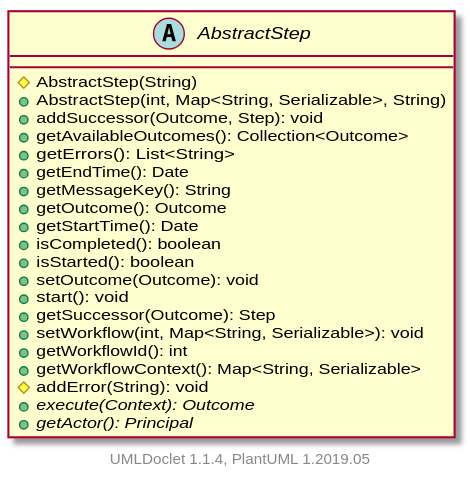
The PlantUML diagram apidocs/2.11.0.M8-SNAPSHOT/org/apache/wiki/workflow/AbstractStep.svg in apache/jspwiki-site, before a commit.
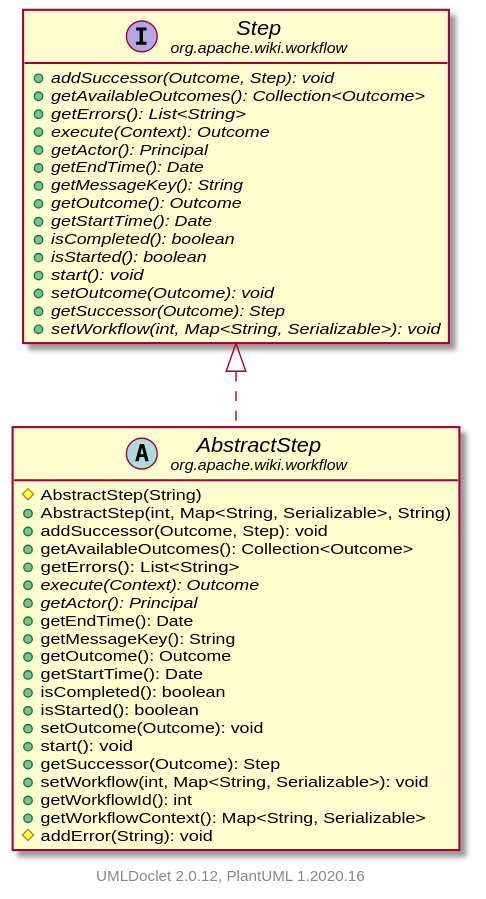
The same diagram one commit later.

Change to the diagram source:
```diff
@@ -1,11 +1,16 @@
 @startuml
+    set namespaceSeparator none
+    hide empty fields
+    hide empty methods
 
-    abstract class AbstractStep [[AbstractStep.html]] {
+    abstract class "<size:14>AbstractStep\n<size:10>org.apache.wiki.workflow" as org.apache.wiki.workflow.AbstractStep [[AbstractStep.html]] {
         #AbstractStep(String)
         +AbstractStep(int, Map<String, Serializable>, String)
         +addSuccessor(Outcome, Step): void
         +getAvailableOutcomes(): Collection<Outcome>
         +getErrors(): List<String>
+        {abstract} +execute(Context): Outcome
+        {abstract} +getActor(): Principal
         +getEndTime(): Date
         +getMessageKey(): String
         +getOutcome(): Outcome
@@ -19,10 +24,27 @@
         +getWorkflowId(): int
         +getWorkflowContext(): Map<String, Serializable>
         #addError(String): void
+    }
+
+    interface "<size:14>Step\n<size:10>org.apache.wiki.workflow" as org.apache.wiki.workflow.Step [[Step.html]] {
+        {abstract} +addSuccessor(Outcome, Step): void
+        {abstract} +getAvailableOutcomes(): Collection<Outcome>
+        {abstract} +getErrors(): List<String>
         {abstract} +execute(Context): Outcome
         {abstract} +getActor(): Principal
+        {abstract} +getEndTime(): Date
+        {abstract} +getMessageKey(): String
+        {abstract} +getOutcome(): Outcome
+        {abstract} +getStartTime(): Date
+        {abstract} +isCompleted(): boolean
+        {abstract} +isStarted(): boolean
+        {abstract} +start(): void
+        {abstract} +setOutcome(Outcome): void
+        {abstract} +getSuccessor(Outcome): Step
+        {abstract} +setWorkflow(int, Map<String, Serializable>): void
     }
 
+    org.apache.wiki.workflow.Step <|.. org.apache.wiki.workflow.AbstractStep
 
-    center footer UMLDoclet 1.1.4, PlantUML 1.2019.05
+    center footer UMLDoclet 2.0.12, PlantUML 1.2020.16
 @enduml
```
